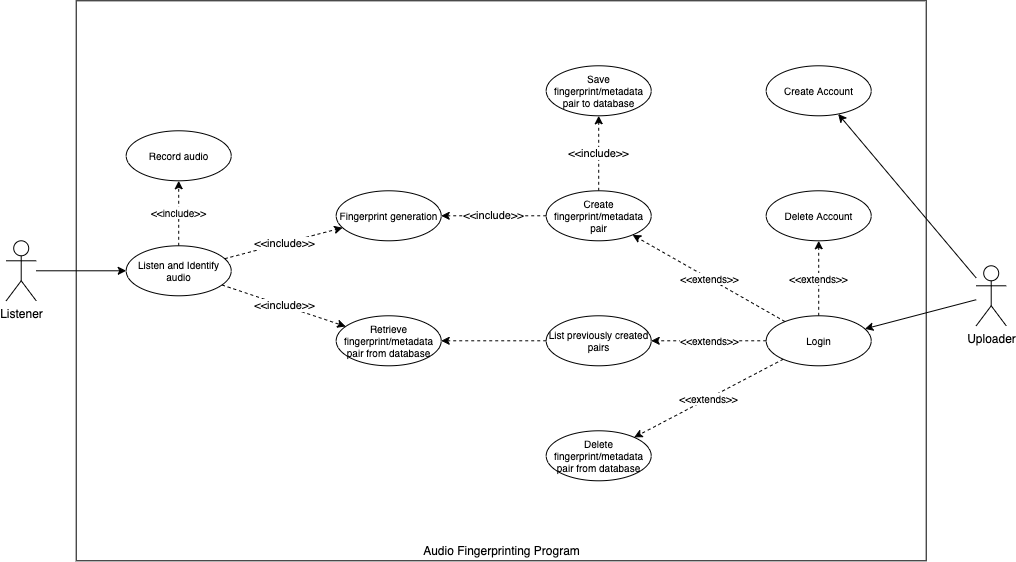
Before: Diagrams/Use Case Diagram.png, a diagram exported from draw.io (gerald-lnj/audio-fingerprinting-fyp). Source tidied: cells renumbered, new cells last; positions are measured from the earlier drawing's top-left corner, leaving out a move shared by most shapes. The source it was exported from:
```xml
<mxGraphModel>
  <root>
    <mxCell id="0" />
    <mxCell id="1" parent="0" />
    <mxCell id="2" value="Audio Fingerprinting Program" style="html=1;verticalAlign=bottom;" parent="1" vertex="1">
      <mxGeometry x="69.7" y="0.3" width="850" height="560" as="geometry" />
    </mxCell>
    <mxCell id="3" style="edgeStyle=none;rounded=0;jettySize=auto;html=1;" parent="1" edge="1" source="4" target="15">
      <mxGeometry relative="1" as="geometry" />
    </mxCell>
    <mxCell id="4" value="Listener" style="shape=umlActor;verticalLabelPosition=bottom;labelBackgroundColor=#ffffff;verticalAlign=top;html=1;" parent="1" vertex="1">
      <mxGeometry x="-0.3" y="240.3" width="30" height="60" as="geometry" />
    </mxCell>
    <mxCell id="5" style="edgeStyle=none;rounded=0;jettySize=auto;html=1;" parent="1" edge="1" source="7" target="19">
      <mxGeometry relative="1" as="geometry" />
    </mxCell>
    <mxCell id="6" style="edgeStyle=none;rounded=0;jettySize=auto;html=1;fontSize=10;" parent="1" edge="1" source="7" target="30">
      <mxGeometry relative="1" as="geometry" />
    </mxCell>
    <mxCell id="7" value="Uploader" style="shape=umlActor;verticalLabelPosition=bottom;labelBackgroundColor=#ffffff;verticalAlign=top;html=1;" parent="1" vertex="1">
      <mxGeometry x="969.7" y="265.3" width="30" height="60" as="geometry" />
    </mxCell>
    <mxCell id="8" value="&amp;lt;&amp;lt;include&amp;gt;&amp;gt;" style="edgeStyle=none;rounded=0;jettySize=auto;html=1;dashed=1;" parent="1" edge="1" source="10" target="16">
      <mxGeometry relative="1" as="geometry" />
    </mxCell>
    <mxCell id="9" value="&amp;lt;&amp;lt;include&amp;gt;&amp;gt;" style="edgeStyle=none;rounded=0;jettySize=auto;html=1;dashed=1;" parent="1" edge="1" source="10" target="17">
      <mxGeometry relative="1" as="geometry" />
    </mxCell>
    <mxCell id="10" value="Create fingerprint/metadata pair" style="ellipse;whiteSpace=wrap;html=1;fontSize=10;" parent="1" vertex="1">
      <mxGeometry x="539.7" y="190.3" width="105" height="50" as="geometry" />
    </mxCell>
    <mxCell id="11" value="&amp;lt;&amp;lt;include&amp;gt;&amp;gt;" style="rounded=0;jettySize=auto;html=1;dashed=1;" parent="1" edge="1" source="15" target="16">
      <mxGeometry relative="1" as="geometry" />
    </mxCell>
    <mxCell id="12" value="&amp;lt;&amp;lt;include&amp;gt;&amp;gt;" style="edgeStyle=none;rounded=0;jettySize=auto;html=1;dashed=1;" parent="1" edge="1" source="15" target="18">
      <mxGeometry relative="1" as="geometry" />
    </mxCell>
    <mxCell id="13" value="&lt;span style=&quot;color: rgba(0 , 0 , 0 , 0) ; font-family: monospace ; font-size: 0px ; background-color: rgb(248 , 249 , 250)&quot;&gt;%3CmxGraphModel%3E%3Croot%3E%3CmxCell%20id%3D%220%22%2F%3E%3CmxCell%20id%3D%221%22%20parent%3D%220%22%2F%3E%3CmxCell%20id%3D%222%22%20value%3D%22Save%20metadata%20to%20database%22%20style%3D%22ellipse%3BwhiteSpace%3Dwrap%3Bhtml%3D1%3B%22%20vertex%3D%221%22%20parent%3D%221%22%3E%3CmxGeometry%20x%3D%22460%22%20y%3D%22190%22%20width%3D%22105%22%20height%3D%2250%22%20as%3D%22geometry%22%2F%3E%3C%2FmxCell%3E%3C%2Froot%3E%3C%2FmxGraphModel%3E&lt;/span&gt;&lt;span style=&quot;color: rgba(0 , 0 , 0 , 0) ; font-family: monospace ; font-size: 0px ; background-color: rgb(248 , 249 , 250)&quot;&gt;%3CmxGraphModel%3E%3Croot%3E%3CmxCell%20id%3D%220%22%2F%3E%3CmxCell%20id%3D%221%22%20parent%3D%220%22%2F%3E%3CmxCell%20id%3D%222%22%20value%3D%22Save%20metadata%20to%20database%22%20style%3D%22ellipse%3BwhiteSpace%3Dwrap%3Bhtml%3D1%3B%22%20vertex%3D%221%22%20parent%3D%221%22%3E%3CmxGeometry%20x%3D%22460%22%20y%3D%22190%22%20width%3D%22105%22%20height%3D%2250%22%20as%3D%22geometry%22%2F%3E%3C%2FmxCell%3E%3C%2Froot%3E%3C%2FmxGraphModel%3&lt;/span&gt;" style="text;html=1;align=center;verticalAlign=middle;labelBackgroundColor=#ffffff;" parent="12" vertex="1">
      <mxGeometry x="-0.01" y="-1" relative="1" as="geometry" />
    </mxCell>
    <mxCell id="14" value="&amp;lt;&amp;lt;include&amp;gt;&amp;gt;" style="edgeStyle=none;rounded=0;jettySize=auto;html=1;fontSize=10;dashed=1;" parent="1" edge="1" source="15" target="22">
      <mxGeometry relative="1" as="geometry" />
    </mxCell>
    <mxCell id="15" value="Listen and Identify audio" style="ellipse;whiteSpace=wrap;html=1;fontSize=10;" parent="1" vertex="1">
      <mxGeometry x="119.7" y="245.3" width="105" height="50" as="geometry" />
    </mxCell>
    <mxCell id="16" value="Fingerprint generation" style="ellipse;whiteSpace=wrap;html=1;fontSize=10;" parent="1" vertex="1">
      <mxGeometry x="329.7" y="190.3" width="105" height="50" as="geometry" />
    </mxCell>
    <mxCell id="17" value="Save fingerprint/metadata pair to database" style="ellipse;whiteSpace=wrap;html=1;fontSize=10;" parent="1" vertex="1">
      <mxGeometry x="539.7" y="65.3" width="105" height="50" as="geometry" />
    </mxCell>
    <mxCell id="18" value="Retrieve fingerprint/metadata pair&amp;nbsp;from database" style="ellipse;whiteSpace=wrap;html=1;fontSize=10;" parent="1" vertex="1">
      <mxGeometry x="329.7" y="315.3" width="105" height="50" as="geometry" />
    </mxCell>
    <mxCell id="19" value="Create Account" style="ellipse;whiteSpace=wrap;html=1;fontSize=10;" parent="1" vertex="1">
      <mxGeometry x="759.7" y="65.3" width="105" height="50" as="geometry" />
    </mxCell>
    <mxCell id="20" value="Delete Account" style="ellipse;whiteSpace=wrap;html=1;fontSize=10;" parent="1" vertex="1">
      <mxGeometry x="759.7" y="190.3" width="105" height="50" as="geometry" />
    </mxCell>
    <mxCell id="21" value="Delete fingerprint/metadata pair from database" style="ellipse;whiteSpace=wrap;html=1;fontSize=10;" parent="1" vertex="1">
      <mxGeometry x="539.7" y="430.3" width="105" height="50" as="geometry" />
    </mxCell>
    <mxCell id="22" value="Record audio" style="ellipse;whiteSpace=wrap;html=1;fontSize=10;" parent="1" vertex="1">
      <mxGeometry x="119.7" y="130.3" width="105" height="50" as="geometry" />
    </mxCell>
    <mxCell id="23" style="edgeStyle=none;rounded=0;orthogonalLoop=1;jettySize=auto;html=1;exitX=0.5;exitY=0;exitDx=0;exitDy=0;dashed=1;fontSize=10;" parent="1" edge="1" source="20" target="20">
      <mxGeometry relative="1" as="geometry" />
    </mxCell>
    <mxCell id="24" style="edgeStyle=none;rounded=0;jettySize=auto;html=1;dashed=1;fontSize=10;" parent="1" edge="1" source="25" target="18">
      <mxGeometry relative="1" as="geometry" />
    </mxCell>
    <mxCell id="25" value="List previously created pairs" style="ellipse;whiteSpace=wrap;html=1;fontSize=10;" parent="1" vertex="1">
      <mxGeometry x="539.7" y="315.3" width="105" height="50" as="geometry" />
    </mxCell>
    <mxCell id="26" value="&amp;lt;&amp;lt;extends&amp;gt;&amp;gt;" style="edgeStyle=none;rounded=0;jettySize=auto;html=1;fontSize=10;dashed=1;" parent="1" edge="1" source="30" target="20">
      <mxGeometry relative="1" as="geometry" />
    </mxCell>
    <mxCell id="27" value="&amp;lt;&amp;lt;extends&amp;gt;&amp;gt;" style="edgeStyle=none;rounded=0;jettySize=auto;html=1;dashed=1;fontSize=10;" parent="1" edge="1" source="30" target="10">
      <mxGeometry relative="1" as="geometry" />
    </mxCell>
    <mxCell id="28" value="&amp;lt;&amp;lt;extends&amp;gt;&amp;gt;" style="edgeStyle=none;rounded=0;jettySize=auto;html=1;dashed=1;fontSize=10;" parent="1" edge="1" source="30" target="25">
      <mxGeometry relative="1" as="geometry" />
    </mxCell>
    <mxCell id="29" value="&amp;lt;&amp;lt;extends&amp;gt;&amp;gt;" style="edgeStyle=none;rounded=0;jettySize=auto;html=1;dashed=1;fontSize=10;" parent="1" edge="1" source="30" target="21">
      <mxGeometry relative="1" as="geometry" />
    </mxCell>
    <mxCell id="30" value="Login" style="ellipse;whiteSpace=wrap;html=1;fontSize=10;" parent="1" vertex="1">
      <mxGeometry x="759.7" y="315.3" width="105" height="50" as="geometry" />
    </mxCell>
  </root>
</mxGraphModel>
```
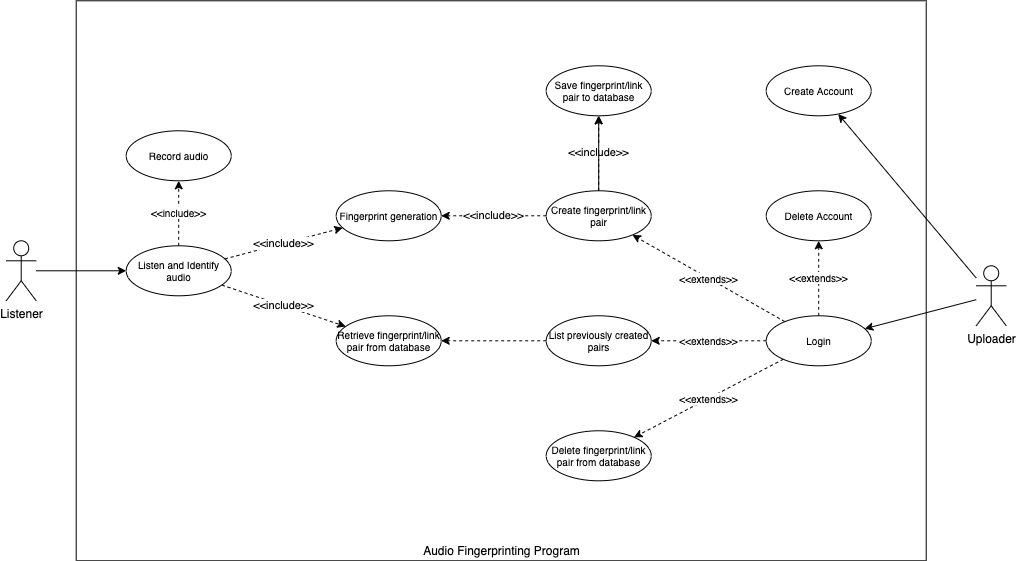
After the change.

What changed in the source:
```diff
@@ -26,7 +26,7 @@
     <mxCell id="9" value="&amp;lt;&amp;lt;include&amp;gt;&amp;gt;" style="edgeStyle=none;rounded=0;jettySize=auto;html=1;dashed=1;" parent="1" edge="1" source="10" target="17">
       <mxGeometry relative="1" as="geometry" />
     </mxCell>
-    <mxCell id="10" value="Create fingerprint/metadata pair" style="ellipse;whiteSpace=wrap;html=1;fontSize=10;" parent="1" vertex="1">
+    <mxCell id="10" value="Create fingerprint/link pair" style="ellipse;whiteSpace=wrap;html=1;fontSize=10;" parent="1" vertex="1">
       <mxGeometry x="539.7" y="190.3" width="105" height="50" as="geometry" />
     </mxCell>
     <mxCell id="11" value="&amp;lt;&amp;lt;include&amp;gt;&amp;gt;" style="rounded=0;jettySize=auto;html=1;dashed=1;" parent="1" edge="1" source="15" target="16">
@@ -47,10 +47,13 @@
     <mxCell id="16" value="Fingerprint generation" style="ellipse;whiteSpace=wrap;html=1;fontSize=10;" parent="1" vertex="1">
       <mxGeometry x="329.7" y="190.3" width="105" height="50" as="geometry" />
     </mxCell>
+    <mxCell id="31" style="edgeStyle=orthogonalEdgeStyle;rounded=0;jettySize=auto;html=1;startArrow=classic;startFill=1;endArrow=none;endFill=0;" parent="1" edge="1" source="17" target="10">
+      <mxGeometry relative="1" as="geometry" />
+    </mxCell>
-    <mxCell id="17" value="Save fingerprint/metadata pair to database" style="ellipse;whiteSpace=wrap;html=1;fontSize=10;" parent="1" vertex="1">
+    <mxCell id="17" value="Save fingerprint/link pair to database" style="ellipse;whiteSpace=wrap;html=1;fontSize=10;" parent="1" vertex="1">
       <mxGeometry x="539.7" y="65.3" width="105" height="50" as="geometry" />
     </mxCell>
-    <mxCell id="18" value="Retrieve fingerprint/metadata pair&amp;nbsp;from database" style="ellipse;whiteSpace=wrap;html=1;fontSize=10;" parent="1" vertex="1">
+    <mxCell id="18" value="Retrieve fingerprint/link pair&amp;nbsp;from database" style="ellipse;whiteSpace=wrap;html=1;fontSize=10;" parent="1" vertex="1">
       <mxGeometry x="329.7" y="315.3" width="105" height="50" as="geometry" />
     </mxCell>
     <mxCell id="19" value="Create Account" style="ellipse;whiteSpace=wrap;html=1;fontSize=10;" parent="1" vertex="1">
@@ -59,7 +62,7 @@
     <mxCell id="20" value="Delete Account" style="ellipse;whiteSpace=wrap;html=1;fontSize=10;" parent="1" vertex="1">
       <mxGeometry x="759.7" y="190.3" width="105" height="50" as="geometry" />
     </mxCell>
-    <mxCell id="21" value="Delete fingerprint/metadata pair from database" style="ellipse;whiteSpace=wrap;html=1;fontSize=10;" parent="1" vertex="1">
+    <mxCell id="21" value="Delete fingerprint/link pair from database" style="ellipse;whiteSpace=wrap;html=1;fontSize=10;" parent="1" vertex="1">
       <mxGeometry x="539.7" y="430.3" width="105" height="50" as="geometry" />
     </mxCell>
     <mxCell id="22" value="Record audio" style="ellipse;whiteSpace=wrap;html=1;fontSize=10;" parent="1" vertex="1">
```
